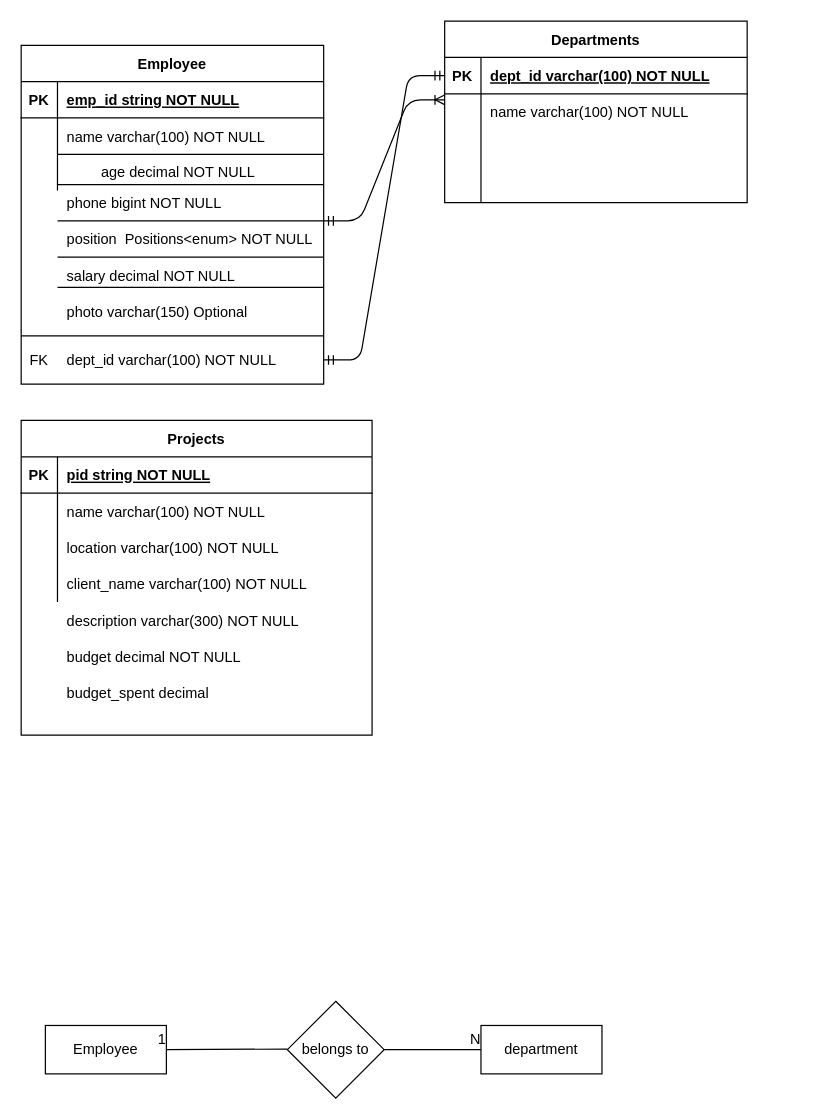
This is Untitled Diagram.drawio from darshanhosahalli/test, a draw.io file, before an edit. Source tidied: cells renumbered, new cells numbered last; positions are measured from the earlier drawing's top-left corner, leaving out a move shared by most shapes. Both pictures are drawn from the tidied source at 121%, with x=0, y=0 at pixel (21, 21).
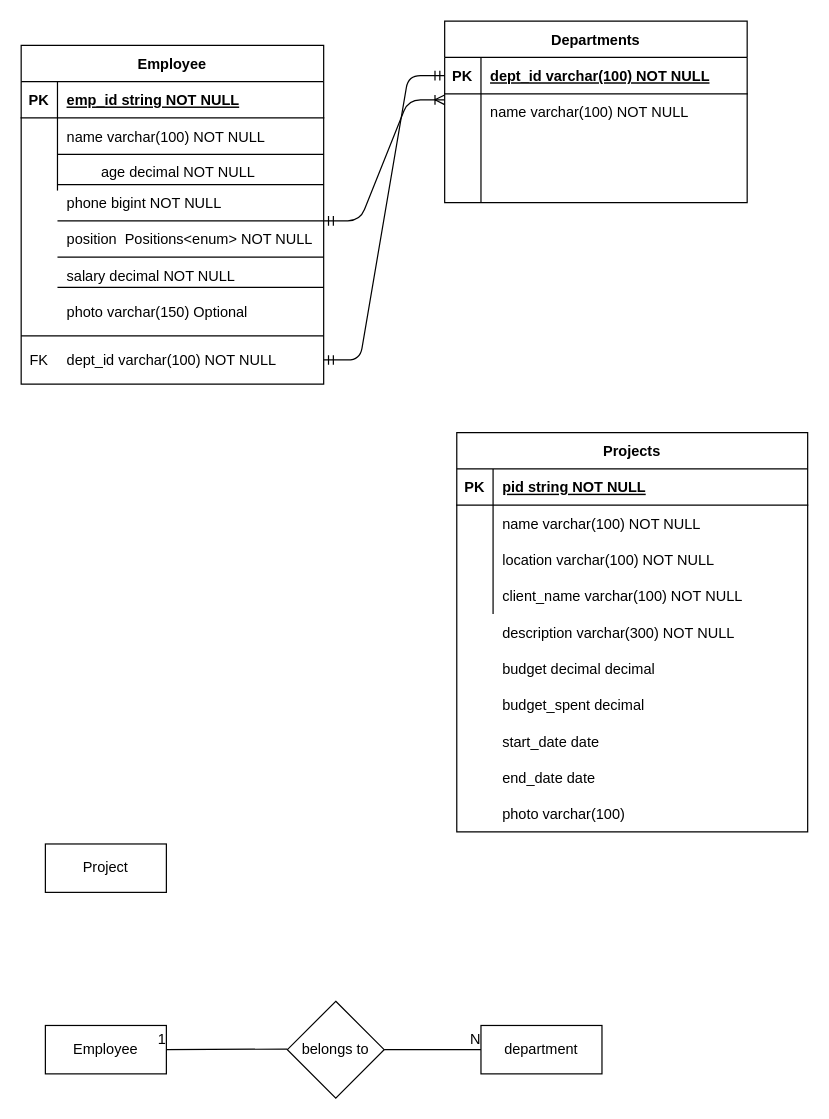
After the change.

Change to the diagram source:
```diff
@@
     <mxCell id="51" value="Projects" style="shape=table;startSize=30;childLayout=tableLayout;rowLines=0;fontStyle=1;align=center;" parent="1" vertex="1">
-      <mxGeometry y="330" width="290" height="260" as="geometry" />
+      <mxGeometry x="360" y="340" width="290" height="330" as="geometry" />
     </mxCell>
@@
     <mxCell id="64" value="description varchar(300) NOT NULL" style="shape=partialRectangle;fillColor=none;top=0;left=0;bottom=0;right=0;align=left;spacingLeft=6;overflow=hidden;" parent="1" vertex="1">
-      <mxGeometry x="30" y="480" width="260" height="30" as="geometry" />
+      <mxGeometry x="390" y="490" width="260" height="30" as="geometry" />
     </mxCell>
-    <mxCell id="65" value="budget decimal NOT NULL" style="shape=partialRectangle;fillColor=none;top=0;left=0;bottom=0;right=0;align=left;spacingLeft=6;overflow=hidden;" parent="1" vertex="1">
-      <mxGeometry x="30" y="510" width="260" height="30" as="geometry" />
+    <mxCell id="65" value="budget decimal decimal" style="shape=partialRectangle;fillColor=none;top=0;left=0;bottom=0;right=0;align=left;spacingLeft=6;overflow=hidden;" parent="1" vertex="1">
+      <mxGeometry x="390" y="520" width="260" height="30" as="geometry" />
     </mxCell>
     <mxCell id="66" value="budget_spent decimal " style="shape=partialRectangle;fillColor=none;top=0;left=0;bottom=0;right=0;align=left;spacingLeft=6;overflow=hidden;" parent="1" vertex="1">
-      <mxGeometry x="30" y="540" width="260" height="30" as="geometry" />
+      <mxGeometry x="390" y="550" width="260" height="30" as="geometry" />
     </mxCell>
+    <mxCell id="67" value="start_date date " style="shape=partialRectangle;fillColor=none;top=0;left=0;bottom=0;right=0;align=left;spacingLeft=6;overflow=hidden;" parent="1" vertex="1">
+      <mxGeometry x="390" y="580" width="260" height="30" as="geometry" />
+    </mxCell>
+    <mxCell id="68" value="end_date date" style="shape=partialRectangle;fillColor=none;top=0;left=0;bottom=0;right=0;align=left;spacingLeft=6;overflow=hidden;" parent="1" vertex="1">
+      <mxGeometry x="390" y="610" width="260" height="30" as="geometry" />
+    </mxCell>
+    <mxCell id="69" value="photo varchar(100) " style="shape=partialRectangle;fillColor=none;top=0;left=0;bottom=0;right=0;align=left;spacingLeft=6;overflow=hidden;" parent="1" vertex="1">
+      <mxGeometry x="390" y="640" width="260" height="30" as="geometry" />
+    </mxCell>
+    <mxCell id="70" value="Project" style="whiteSpace=wrap;html=1;align=center;" parent="1" vertex="1">
+      <mxGeometry x="20" y="680" width="100" height="40" as="geometry" />
+    </mxCell>
```
